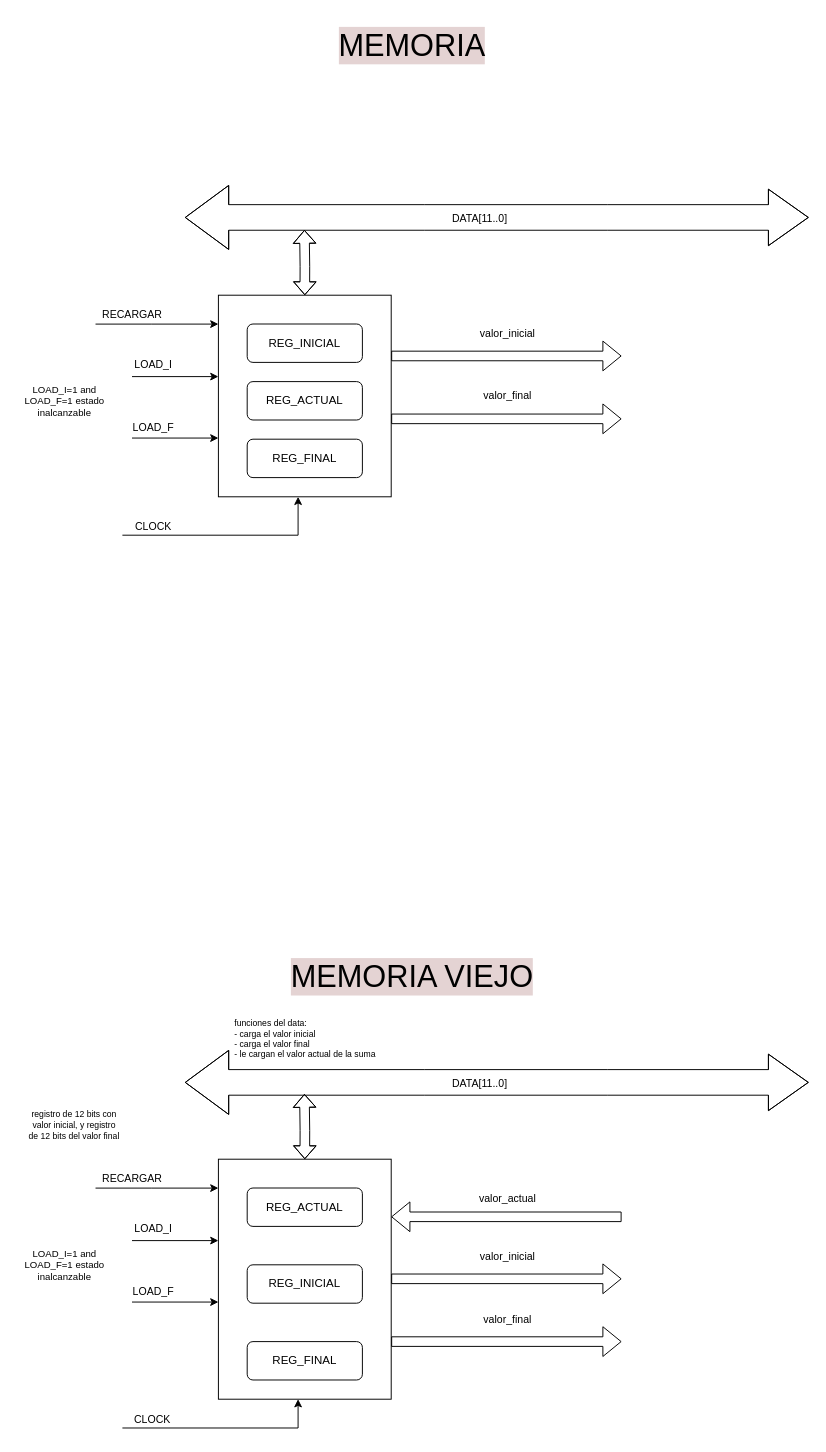
Above: page "Memoria" (3 of 4) of Integrador/Integrador.drawio in albertinap/IDL (draw.io), before the change. Source tidied: cells renumbered, new cells numbered last; positions are measured from the earlier drawing's top-left corner, leaving out a move shared by most shapes. Both pictures are drawn from the tidied source at 96%, with x=0, y=0 at pixel (16, 16).
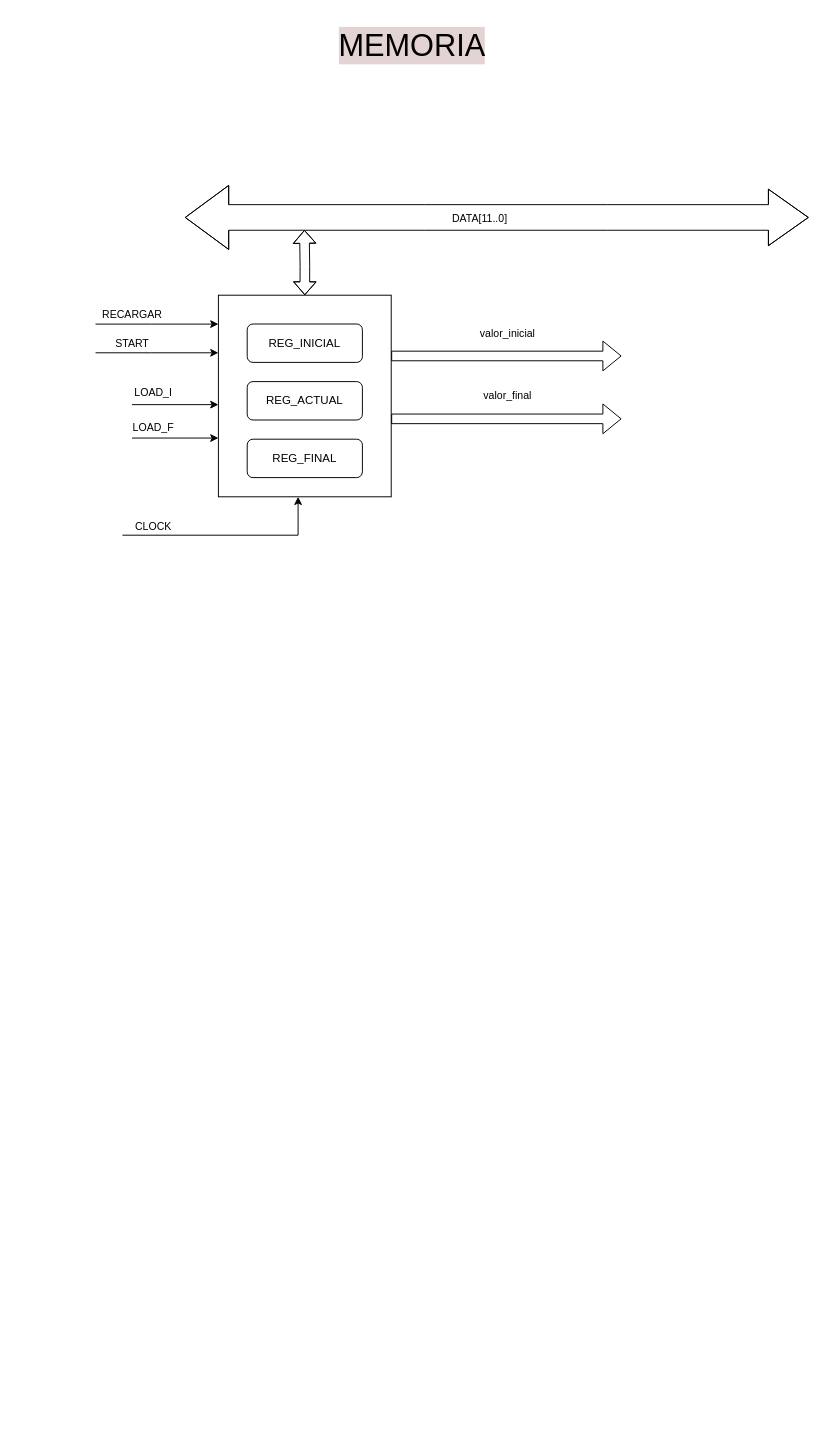
The same diagram, later.

Diff of the diagram source:
```diff
@@
     <mxCell id="4" style="edgeStyle=orthogonalEdgeStyle;rounded=0;orthogonalLoop=1;jettySize=auto;html=1;" parent="1" edge="1">
       <mxGeometry relative="1" as="geometry">
-        <mxPoint x="120" y="374.8" as="sourcePoint" />
-        <mxPoint x="210" y="374.8" as="targetPoint" />
+        <mxPoint x="120" y="404" as="sourcePoint" />
+        <mxPoint x="210" y="404" as="targetPoint" />
       </mxGeometry>
     </mxCell>
@@
-    <mxCell id="17" value="LOAD_I=1 and LOAD_F=1 estado inalcanzable" style="text;html=1;align=center;verticalAlign=middle;whiteSpace=wrap;rounded=0;fontSize=10;" parent="1" vertex="1">
-      <mxGeometry y="380" width="100" height="40" as="geometry" />
-    </mxCell>
@@
-    <mxCell id="22" style="rounded=0;whiteSpace=wrap;html=1;" parent="1" vertex="1">
-      <mxGeometry x="210" y="1190" width="180" height="250" as="geometry" />
-    </mxCell>
-    <mxCell id="23" style="edgeStyle=orthogonalEdgeStyle;rounded=0;orthogonalLoop=1;jettySize=auto;html=1;" parent="1" edge="1">
-      <mxGeometry relative="1" as="geometry">
-        <mxPoint x="120" y="1274.8" as="sourcePoint" />
-        <mxPoint x="210" y="1274.8" as="targetPoint" />
-      </mxGeometry>
-    </mxCell>
-    <mxCell id="24" value="LOAD_I" style="edgeLabel;html=1;align=center;verticalAlign=middle;" parent="23" vertex="1">
-      <mxGeometry x="-0.72" y="2" relative="1" as="geometry">
-        <mxPoint x="8" y="-11" as="offset" />
-      </mxGeometry>
-    </mxCell>
-    <mxCell id="25" style="edgeStyle=orthogonalEdgeStyle;rounded=0;orthogonalLoop=1;jettySize=auto;html=1;" parent="1" edge="1">
-      <mxGeometry relative="1" as="geometry">
-        <mxPoint x="120" y="1338.8" as="sourcePoint" />
-        <mxPoint x="210" y="1338.8" as="targetPoint" />
-        <Array as="points">
-          <mxPoint x="170" y="1338.8" />
-          <mxPoint x="170" y="1338.8" />
-        </Array>
-      </mxGeometry>
-    </mxCell>
-    <mxCell id="26" value="LOAD_F" style="edgeLabel;html=1;align=center;verticalAlign=middle;" parent="25" vertex="1">
-      <mxGeometry x="-0.72" y="2" relative="1" as="geometry">
-        <mxPoint x="8" y="-9" as="offset" />
-      </mxGeometry>
-    </mxCell>
-    <mxCell id="27" style="shape=flexArrow;endArrow=classic;startArrow=classic;html=1;rounded=0;width=26.666666666666668;endSize=13.521212121212121;endWidth=31.11111111111111;startSize=14.733333333333333;startWidth=38.98989898989899;" parent="1" edge="1">
-      <mxGeometry relative="1" as="geometry">
-        <mxPoint x="175" y="1110" as="sourcePoint" />
-        <mxPoint x="825" y="1110" as="targetPoint" />
-        <Array as="points">
-          <mxPoint x="425" y="1110" />
-          <mxPoint x="615" y="1110" />
-        </Array>
-      </mxGeometry>
-    </mxCell>
-    <mxCell id="28" value="DATA[11..0]" style="edgeLabel;html=1;align=center;verticalAlign=middle;" parent="27" vertex="1">
-      <mxGeometry x="-0.1" y="-1" relative="1" as="geometry">
-        <mxPoint x="13" y="-1" as="offset" />
-      </mxGeometry>
-    </mxCell>
-    <mxCell id="29" value="registro de 12 bits con valor inicial, y registro de 12 bits del valor final" style="text;html=1;align=center;verticalAlign=middle;whiteSpace=wrap;rounded=0;fontSize=9;" parent="1" vertex="1">
-      <mxGeometry x="10" y="1130" width="100" height="50" as="geometry" />
-    </mxCell>
-    <mxCell id="30" style="endArrow=classic;startArrow=classic;html=1;rounded=0;shape=flexArrow;exitX=0.283;exitY=0;exitDx=0;exitDy=0;exitPerimeter=0;width=10;endSize=4.151219512195122;endWidth=12.439024390243903;startWidth=12.439024390243903;startSize=4.151219512195122;" parent="1" edge="1">
-      <mxGeometry relative="1" as="geometry">
-        <mxPoint x="300" y="1190" as="sourcePoint" />
-        <mxPoint x="299.6" y="1122" as="targetPoint" />
-        <Array as="points">
-          <mxPoint x="300.1" y="1160" />
-        </Array>
-      </mxGeometry>
-    </mxCell>
-    <mxCell id="31" value="REG_ACTUAL" style="rounded=1;whiteSpace=wrap;html=1;" parent="1" vertex="1">
-      <mxGeometry x="240" y="1220" width="120" height="40" as="geometry" />
-    </mxCell>
-    <mxCell id="32" value="REG_INICIAL" style="rounded=1;whiteSpace=wrap;html=1;" parent="1" vertex="1">
-      <mxGeometry x="240" y="1300" width="120" height="40" as="geometry" />
-    </mxCell>
-    <mxCell id="33" value="REG_FINAL" style="rounded=1;whiteSpace=wrap;html=1;" parent="1" vertex="1">
-      <mxGeometry x="240" y="1380" width="120" height="40" as="geometry" />
-    </mxCell>
-    <mxCell id="34" value="funciones del data:&lt;br&gt;- carga el valor inicial&lt;div&gt;- carga el valor final&lt;/div&gt;&lt;div&gt;- le cargan el valor actual de la suma&lt;/div&gt;" style="text;html=1;align=left;verticalAlign=middle;whiteSpace=wrap;rounded=0;fontSize=9;" parent="1" vertex="1">
-      <mxGeometry x="225" y="1040" width="160" height="50" as="geometry" />
-    </mxCell>
-    <mxCell id="35" style="edgeStyle=orthogonalEdgeStyle;rounded=0;orthogonalLoop=1;jettySize=auto;html=1;" parent="1" edge="1">
-      <mxGeometry relative="1" as="geometry">
-        <mxPoint x="82" y="1220.1" as="sourcePoint" />
-        <mxPoint x="210" y="1220.1" as="targetPoint" />
-        <Array as="points">
-          <mxPoint x="140" y="1220.1" />
-        </Array>
-      </mxGeometry>
-    </mxCell>
-    <mxCell id="36" value="RECARGAR" style="edgeLabel;html=1;align=center;verticalAlign=middle;" parent="35" vertex="1">
-      <mxGeometry x="-0.72" y="2" relative="1" as="geometry">
-        <mxPoint x="19" y="-9" as="offset" />
-      </mxGeometry>
-    </mxCell>
-    <mxCell id="37" style="edgeStyle=orthogonalEdgeStyle;rounded=0;orthogonalLoop=1;jettySize=auto;html=1;" parent="1" edge="1">
-      <mxGeometry relative="1" as="geometry">
-        <mxPoint x="110" y="1470" as="sourcePoint" />
-        <mxPoint x="293" y="1440" as="targetPoint" />
-        <Array as="points">
-          <mxPoint x="293" y="1470" />
-        </Array>
-      </mxGeometry>
-    </mxCell>
-    <mxCell id="38" value="CLOCK" style="edgeLabel;html=1;align=center;verticalAlign=middle;" parent="37" vertex="1">
-      <mxGeometry x="-0.72" y="2" relative="1" as="geometry">
-        <mxPoint y="-8" as="offset" />
-      </mxGeometry>
-    </mxCell>
-    <mxCell id="39" value="LOAD_I=1 and LOAD_F=1 estado inalcanzable" style="text;html=1;align=center;verticalAlign=middle;whiteSpace=wrap;rounded=0;fontSize=10;" parent="1" vertex="1">
-      <mxGeometry y="1280" width="100" height="40" as="geometry" />
-    </mxCell>
-    <mxCell id="40" style="shape=flexArrow;endArrow=classic;html=1;rounded=0;" parent="1" edge="1">
-      <mxGeometry relative="1" as="geometry">
-        <mxPoint x="630" y="1250" as="sourcePoint" />
-        <mxPoint x="390" y="1250" as="targetPoint" />
-      </mxGeometry>
-    </mxCell>
-    <mxCell id="41" value="valor_actual" style="edgeLabel;html=1;align=center;verticalAlign=middle;" parent="40" vertex="1">
-      <mxGeometry x="0.09" y="2" relative="1" as="geometry">
-        <mxPoint x="11" y="-22" as="offset" />
-      </mxGeometry>
-    </mxCell>
-    <mxCell id="42" style="shape=flexArrow;endArrow=classic;html=1;rounded=0;" parent="1" edge="1">
-      <mxGeometry relative="1" as="geometry">
-        <mxPoint x="390" y="1314.6" as="sourcePoint" />
-        <mxPoint x="630" y="1314.6" as="targetPoint" />
-      </mxGeometry>
-    </mxCell>
-    <mxCell id="43" value="valor_inicial" style="edgeLabel;html=1;align=center;verticalAlign=middle;" parent="42" vertex="1">
-      <mxGeometry x="0.09" y="2" relative="1" as="geometry">
-        <mxPoint x="-11" y="-22" as="offset" />
-      </mxGeometry>
-    </mxCell>
-    <mxCell id="44" style="shape=flexArrow;endArrow=classic;html=1;rounded=0;" parent="1" edge="1">
-      <mxGeometry relative="1" as="geometry">
-        <mxPoint x="390" y="1380" as="sourcePoint" />
-        <mxPoint x="630" y="1380" as="targetPoint" />
-      </mxGeometry>
-    </mxCell>
-    <mxCell id="45" value="valor_final" style="edgeLabel;html=1;align=center;verticalAlign=middle;" parent="44" vertex="1">
-      <mxGeometry x="0.09" y="2" relative="1" as="geometry">
-        <mxPoint x="-11" y="-22" as="offset" />
-      </mxGeometry>
-    </mxCell>
-    <mxCell id="46" value="MEMORIA VIEJO" style="text;html=1;align=center;verticalAlign=middle;whiteSpace=wrap;rounded=0;fontSize=32;labelBackgroundColor=light-dark(#e4d3d3, #ededed);" parent="1" vertex="1">
-      <mxGeometry x="267" y="980" width="290" height="40" as="geometry" />
-    </mxCell>
@@
+    <mxCell id="48" style="edgeStyle=orthogonalEdgeStyle;rounded=0;orthogonalLoop=1;jettySize=auto;html=1;" parent="1" edge="1">
+      <mxGeometry relative="1" as="geometry">
+        <mxPoint x="82" y="350" as="sourcePoint" />
+        <mxPoint x="210" y="350" as="targetPoint" />
+        <Array as="points">
+          <mxPoint x="140" y="350" />
+        </Array>
+      </mxGeometry>
+    </mxCell>
+    <mxCell id="49" value="START" style="edgeLabel;html=1;align=center;verticalAlign=middle;" parent="48" vertex="1">
+      <mxGeometry x="-0.72" y="2" relative="1" as="geometry">
+        <mxPoint x="19" y="-9" as="offset" />
+      </mxGeometry>
+    </mxCell>
```
